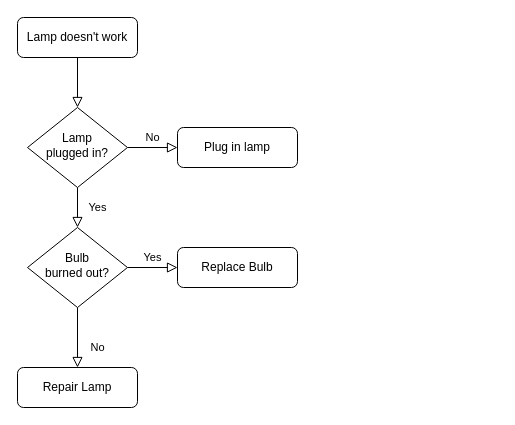
Before: Untitled Diagram.drawio in mabaishun/github, a draw.io diagram. Source tidied: cells renumbered, new cells numbered last; positions are measured from the earlier drawing's top-left corner, leaving out a move shared by most shapes. Both pictures are drawn from the tidied source at 100%, with x=0, y=0 at pixel (17, 17).
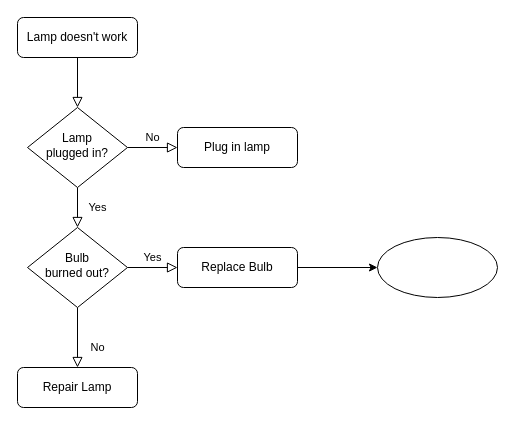
After the change.

The edit, as a diff of the source:
```diff
@@
 <mxGraphModel>
   <root>
     <mxCell id="0" />
     <mxCell id="1" parent="0" />
     <mxCell id="2" style="rounded=0;html=1;jettySize=auto;fontSize=11;endArrow=block;endFill=0;endSize=8;strokeWidth=1;shadow=0;labelBackgroundColor=none;edgeStyle=orthogonalEdgeStyle;" parent="1" edge="1" source="3" target="6">
       <mxGeometry relative="1" as="geometry" />
     </mxCell>
     <mxCell id="3" value="Lamp doesn't work" style="rounded=1;whiteSpace=wrap;html=1;fontSize=12;glass=0;strokeWidth=1;shadow=0;" parent="1" vertex="1">
       <mxGeometry width="120" height="40" as="geometry" />
     </mxCell>
     <mxCell id="4" value="Yes" style="rounded=0;html=1;jettySize=auto;fontSize=11;endArrow=block;endFill=0;endSize=8;strokeWidth=1;shadow=0;labelBackgroundColor=none;edgeStyle=orthogonalEdgeStyle;" parent="1" edge="1" source="6" target="10">
       <mxGeometry y="20" relative="1" as="geometry" />
     </mxCell>
     <mxCell id="5" value="No" style="edgeStyle=orthogonalEdgeStyle;rounded=0;html=1;jettySize=auto;fontSize=11;endArrow=block;endFill=0;endSize=8;strokeWidth=1;shadow=0;labelBackgroundColor=none;" parent="1" edge="1" source="6" target="7">
       <mxGeometry y="10" relative="1" as="geometry" />
     </mxCell>
     <mxCell id="6" value="Lamp&lt;br&gt;plugged in?" style="rhombus;whiteSpace=wrap;html=1;shadow=0;fontFamily=Helvetica;fontSize=12;align=center;strokeWidth=1;spacing=6;spacingTop=-4;" parent="1" vertex="1">
       <mxGeometry x="10" y="90" width="100" height="80" as="geometry" />
     </mxCell>
     <mxCell id="7" value="Plug in lamp" style="rounded=1;whiteSpace=wrap;html=1;fontSize=12;glass=0;strokeWidth=1;shadow=0;" parent="1" vertex="1">
       <mxGeometry x="160" y="110" width="120" height="40" as="geometry" />
     </mxCell>
     <mxCell id="8" value="No" style="rounded=0;html=1;jettySize=auto;fontSize=11;endArrow=block;endFill=0;endSize=8;strokeWidth=1;shadow=0;labelBackgroundColor=none;edgeStyle=orthogonalEdgeStyle;" parent="1" edge="1" source="10" target="11">
       <mxGeometry x="0.33" y="20" relative="1" as="geometry" />
     </mxCell>
     <mxCell id="9" value="Yes" style="edgeStyle=orthogonalEdgeStyle;rounded=0;html=1;jettySize=auto;fontSize=11;endArrow=block;endFill=0;endSize=8;strokeWidth=1;shadow=0;labelBackgroundColor=none;" parent="1" edge="1" source="10" target="12">
       <mxGeometry y="10" relative="1" as="geometry" />
     </mxCell>
     <mxCell id="10" value="Bulb&lt;br&gt;burned out?" style="rhombus;whiteSpace=wrap;html=1;shadow=0;fontFamily=Helvetica;fontSize=12;align=center;strokeWidth=1;spacing=6;spacingTop=-4;" parent="1" vertex="1">
       <mxGeometry x="10" y="210" width="100" height="80" as="geometry" />
     </mxCell>
     <mxCell id="11" value="Repair Lamp" style="rounded=1;whiteSpace=wrap;html=1;fontSize=12;glass=0;strokeWidth=1;shadow=0;" parent="1" vertex="1">
       <mxGeometry y="350" width="120" height="40" as="geometry" />
     </mxCell>
+    <mxCell id="13" style="edgeStyle=orthogonalEdgeStyle;rounded=0;jettySize=auto;html=1;" parent="1" edge="1" source="12" target="14">
+      <mxGeometry relative="1" as="geometry" />
+    </mxCell>
     <mxCell id="12" value="Replace Bulb" style="rounded=1;whiteSpace=wrap;html=1;fontSize=12;glass=0;strokeWidth=1;shadow=0;" parent="1" vertex="1">
       <mxGeometry x="160" y="230" width="120" height="40" as="geometry" />
     </mxCell>
+    <mxCell id="14" style="ellipse;whiteSpace=wrap;html=1;rounded=1;glass=0;strokeWidth=1;shadow=0;" parent="1" vertex="1">
+      <mxGeometry x="360" y="220" width="120" height="60" as="geometry" />
+    </mxCell>
   </root>
 </mxGraphModel>
```
